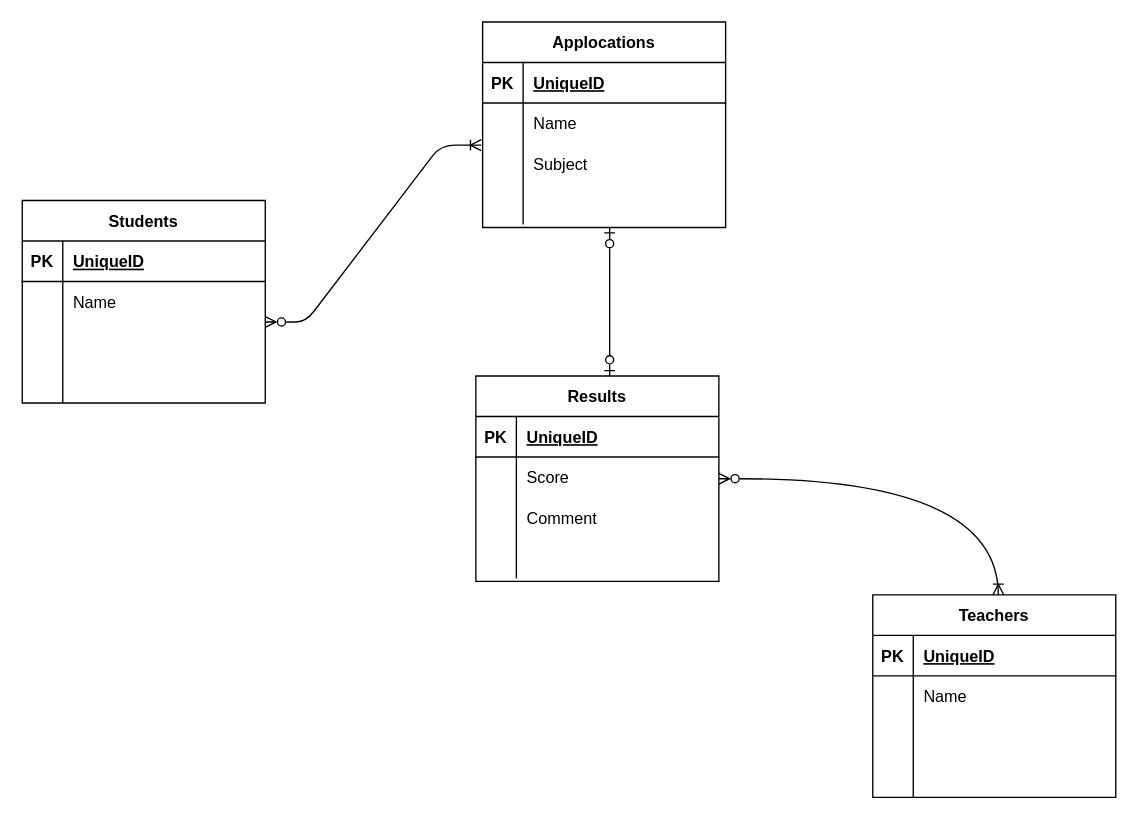
The draw.io diagram er.dio in walkingjunkie/20221025takada, before the edit. Source tidied: cells renumbered, new cells numbered last; positions are measured from the earlier drawing's top-left corner, leaving out a move shared by most shapes. Both pictures are drawn from the tidied source at 135%, with x=0, y=0 at pixel (22, -3).
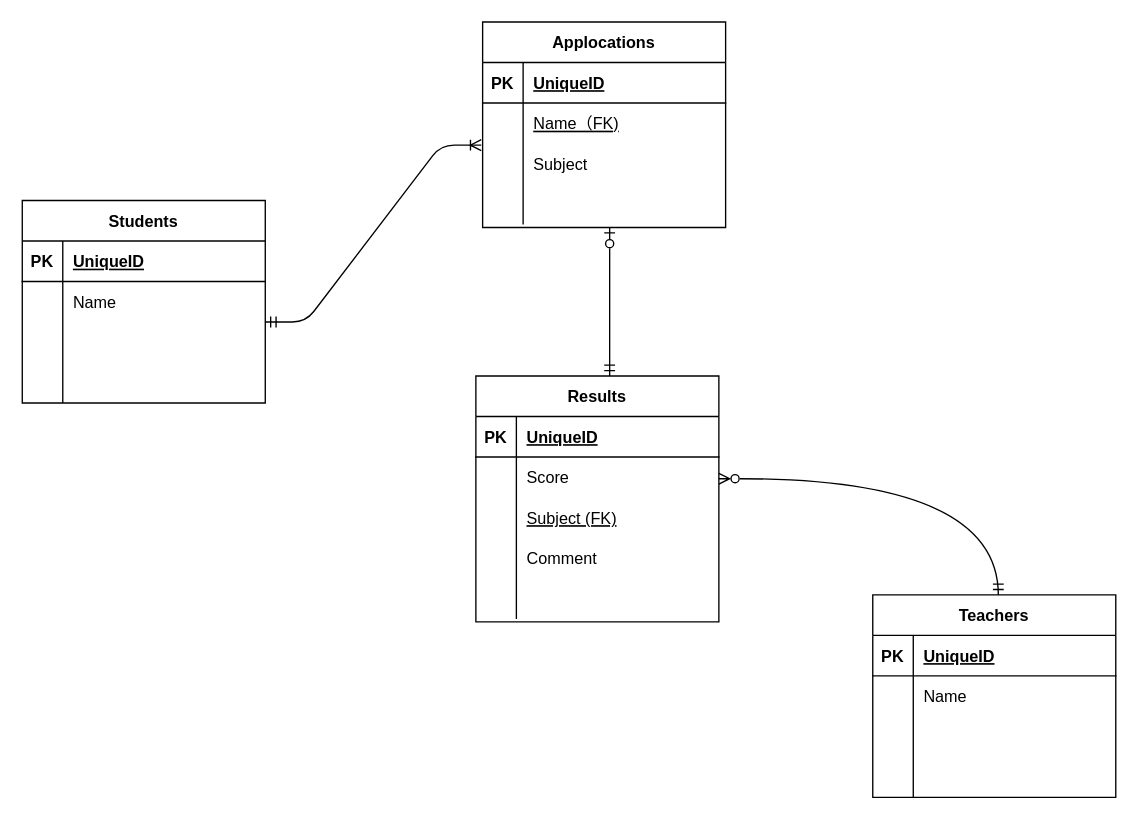
Above is the later version.

The change refers to these unchanged cells:
```xml
<mxCell id="21" style="shape=partialRectangle;fillColor=none;top=0;left=0;bottom=0;right=0;" parent="17" vertex="1">
  <mxGeometry y="60" width="180" height="30" as="geometry" />
</mxCell>
<mxCell id="30" style="group;" parent="1" vertex="1">
  <mxGeometry x="346" y="282.2" width="170" height="177.8" as="geometry" />
</mxCell>
```

The edit, as a diff of the source:
```diff
@@
-    <mxCell id="23" value="Name" style="shape=partialRectangle;fillColor=none;top=0;left=0;bottom=0;right=0;align=left;spacingLeft=6;overflow=hidden;" parent="21" vertex="1">
+    <mxCell id="23" value="Name（FK)" style="shape=partialRectangle;fillColor=none;top=0;left=0;bottom=0;right=0;align=left;spacingLeft=6;overflow=hidden;labelBorderColor=none;fontStyle=4;" parent="21" vertex="1">
       <mxGeometry x="30" width="150" height="30" as="geometry" />
     </mxCell>
@@
     <mxCell id="31" value="Results" style="shape=table;startSize=30;childLayout=tableLayout;rowLines=0;fontStyle=1;align=center;fillColor=none;" parent="30" vertex="1">
-      <mxGeometry x="-10" y="-2.2" width="180" height="152.2" as="geometry" />
+      <mxGeometry x="-10" y="-2.2" width="180" height="182.2" as="geometry" />
     </mxCell>
@@
+    <mxCell id="60" style="shape=partialRectangle;fillColor=none;top=0;left=0;bottom=0;right=0;" parent="31" vertex="1">
+      <mxGeometry y="90" width="180" height="30" as="geometry" />
+    </mxCell>
+    <mxCell id="61" style="shape=partialRectangle;fillColor=none;top=0;left=0;bottom=0;right=0;overflow=hidden;" parent="60" vertex="1">
+      <mxGeometry width="30" height="30" as="geometry" />
+    </mxCell>
+    <mxCell id="62" value="Subject (FK)" style="shape=partialRectangle;fillColor=none;top=0;left=0;bottom=0;right=0;align=left;spacingLeft=6;overflow=hidden;fontStyle=4;" parent="60" vertex="1">
+      <mxGeometry x="30" width="150" height="30" as="geometry" />
+    </mxCell>
     <mxCell id="38" style="shape=partialRectangle;fillColor=none;top=0;left=0;bottom=0;right=0;" parent="31" vertex="1">
-      <mxGeometry y="90" width="180" height="30" as="geometry" />
+      <mxGeometry y="120" width="180" height="30" as="geometry" />
     </mxCell>
@@
     <mxCell id="41" style="shape=partialRectangle;fillColor=none;top=0;left=0;bottom=0;right=0;" parent="31" vertex="1">
-      <mxGeometry y="120" width="180" height="30" as="geometry" />
+      <mxGeometry y="150" width="180" height="30" as="geometry" />
     </mxCell>
@@
-    <mxCell id="57" style="edgeStyle=orthogonalEdgeStyle;fontSize=12;html=1;endArrow=ERoneToMany;startArrow=ERzeroToMany;elbow=vertical;curved=1;startFill=0;" parent="1" edge="1">
+    <mxCell id="57" style="edgeStyle=orthogonalEdgeStyle;fontSize=12;html=1;endArrow=ERmandOne;startArrow=ERzeroToMany;elbow=vertical;curved=1;startFill=0;endFill=0;" parent="1" edge="1">
       <mxGeometry relative="1" as="geometry">
         <mxPoint x="516" y="356.1" as="sourcePoint" />
         <mxPoint x="723" y="442.2" as="targetPoint" />
         <Array as="points">
           <mxPoint x="723" y="356.2" />
         </Array>
       </mxGeometry>
     </mxCell>
-    <mxCell id="58" style="edgeStyle=entityRelationEdgeStyle;fontSize=12;html=1;endArrow=ERoneToMany;startArrow=ERzeroToMany;elbow=vertical;endFill=0;startFill=0;" parent="1" edge="1">
+    <mxCell id="58" style="edgeStyle=entityRelationEdgeStyle;fontSize=12;html=1;endArrow=ERoneToMany;startArrow=ERmandOne;elbow=vertical;endFill=0;startFill=0;" parent="1" edge="1">
       <mxGeometry relative="1" as="geometry">
         <mxPoint x="180" y="240" as="sourcePoint" />
         <mxPoint x="340" y="109" as="targetPoint" />
       </mxGeometry>
     </mxCell>
-    <mxCell id="59" style="fontSize=12;html=1;endArrow=ERzeroToOne;startArrow=ERzeroToOne;elbow=vertical;startFill=0;endFill=0;" parent="1" edge="1">
+    <mxCell id="59" style="fontSize=12;html=1;endArrow=ERzeroToOne;startArrow=ERmandOne;elbow=vertical;startFill=0;endFill=0;" parent="1" edge="1">
       <mxGeometry relative="1" as="geometry">
         <mxPoint x="435.1" y="280" as="sourcePoint" />
         <mxPoint x="435.1" y="170" as="targetPoint" />
       </mxGeometry>
     </mxCell>
```
